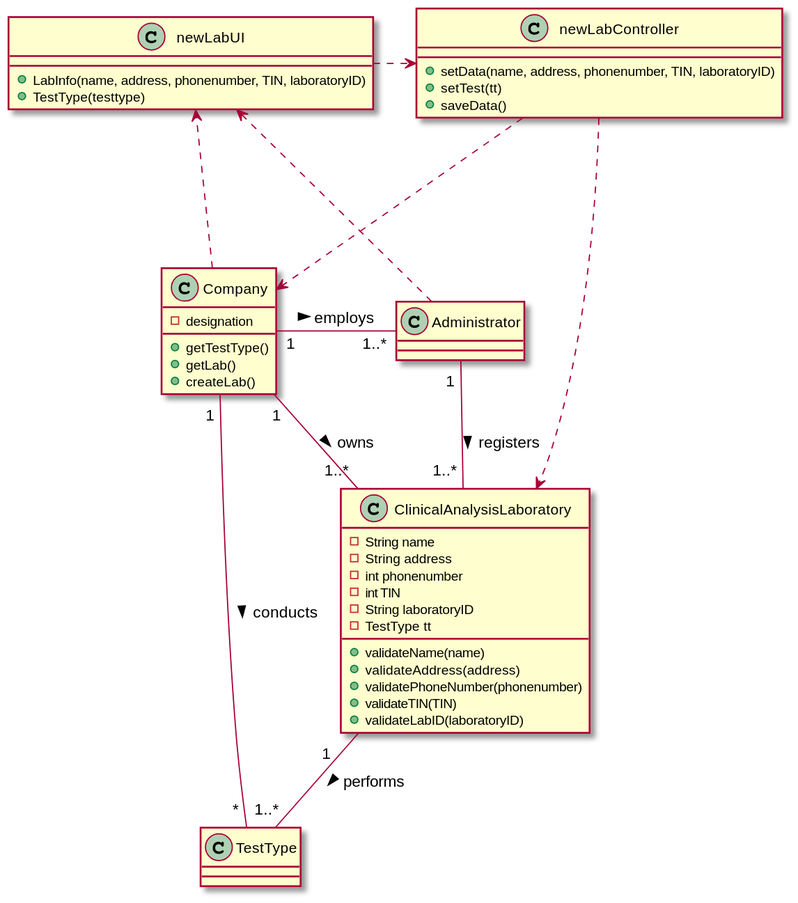
Before: docs/SprintB/US8/US8_CD.svg, a diagram exported from PlantUML (MadDinosaur/ISEP-LAPR2).
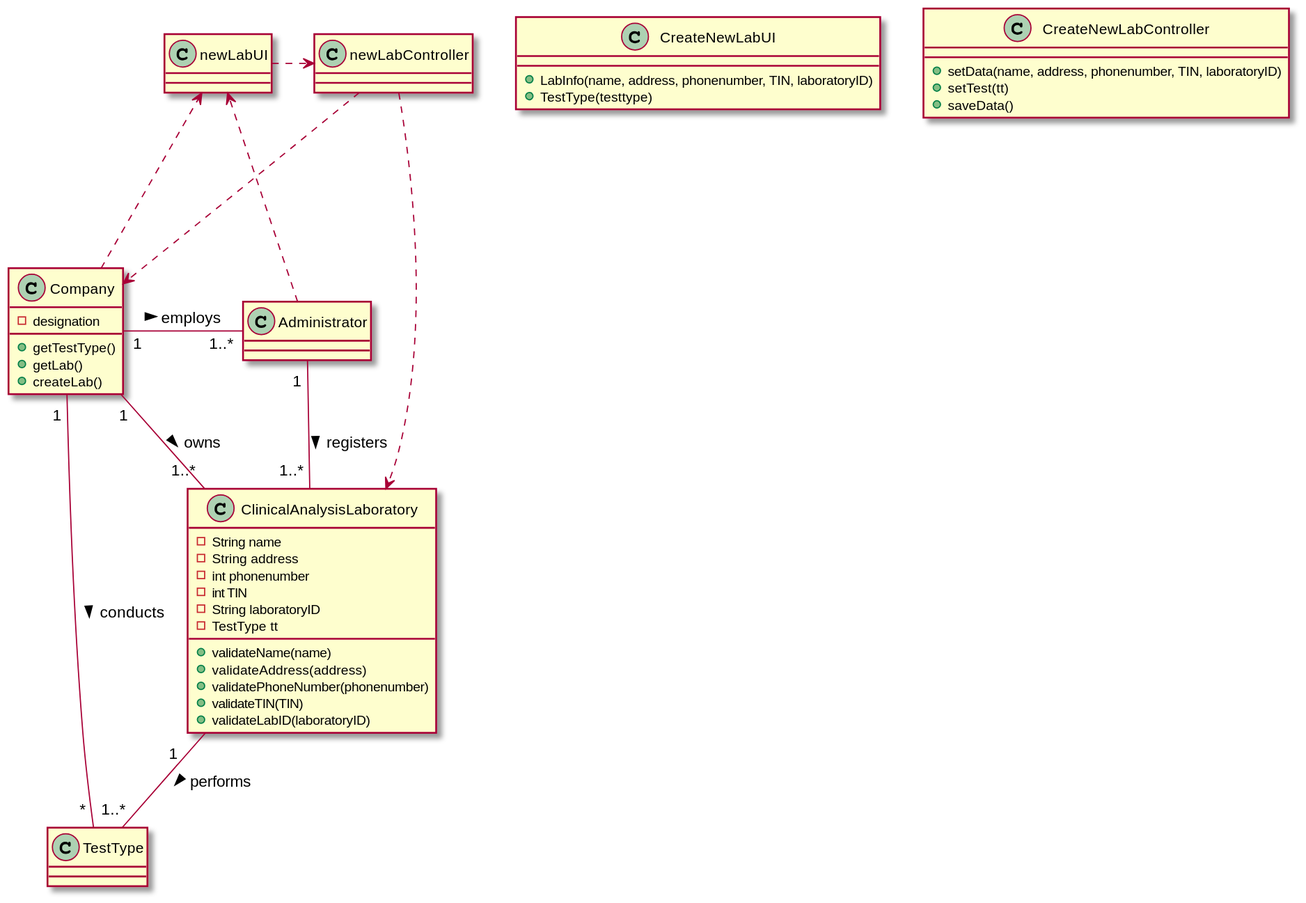
The same file after the commit.

What changed in the source:
```diff
@@ -1,10 +1,10 @@
 @startuml
 class Administrator
-class newLabUI{
+class CreateNewLabUI{
 +LabInfo(name, address, phonenumber, TIN, laboratoryID)
 +TestType(testtype)
 }
-class newLabController {
+class CreateNewLabController {
 +setData(name, address, phonenumber, TIN, laboratoryID)
 +setTest(tt)
 +saveData()
```
